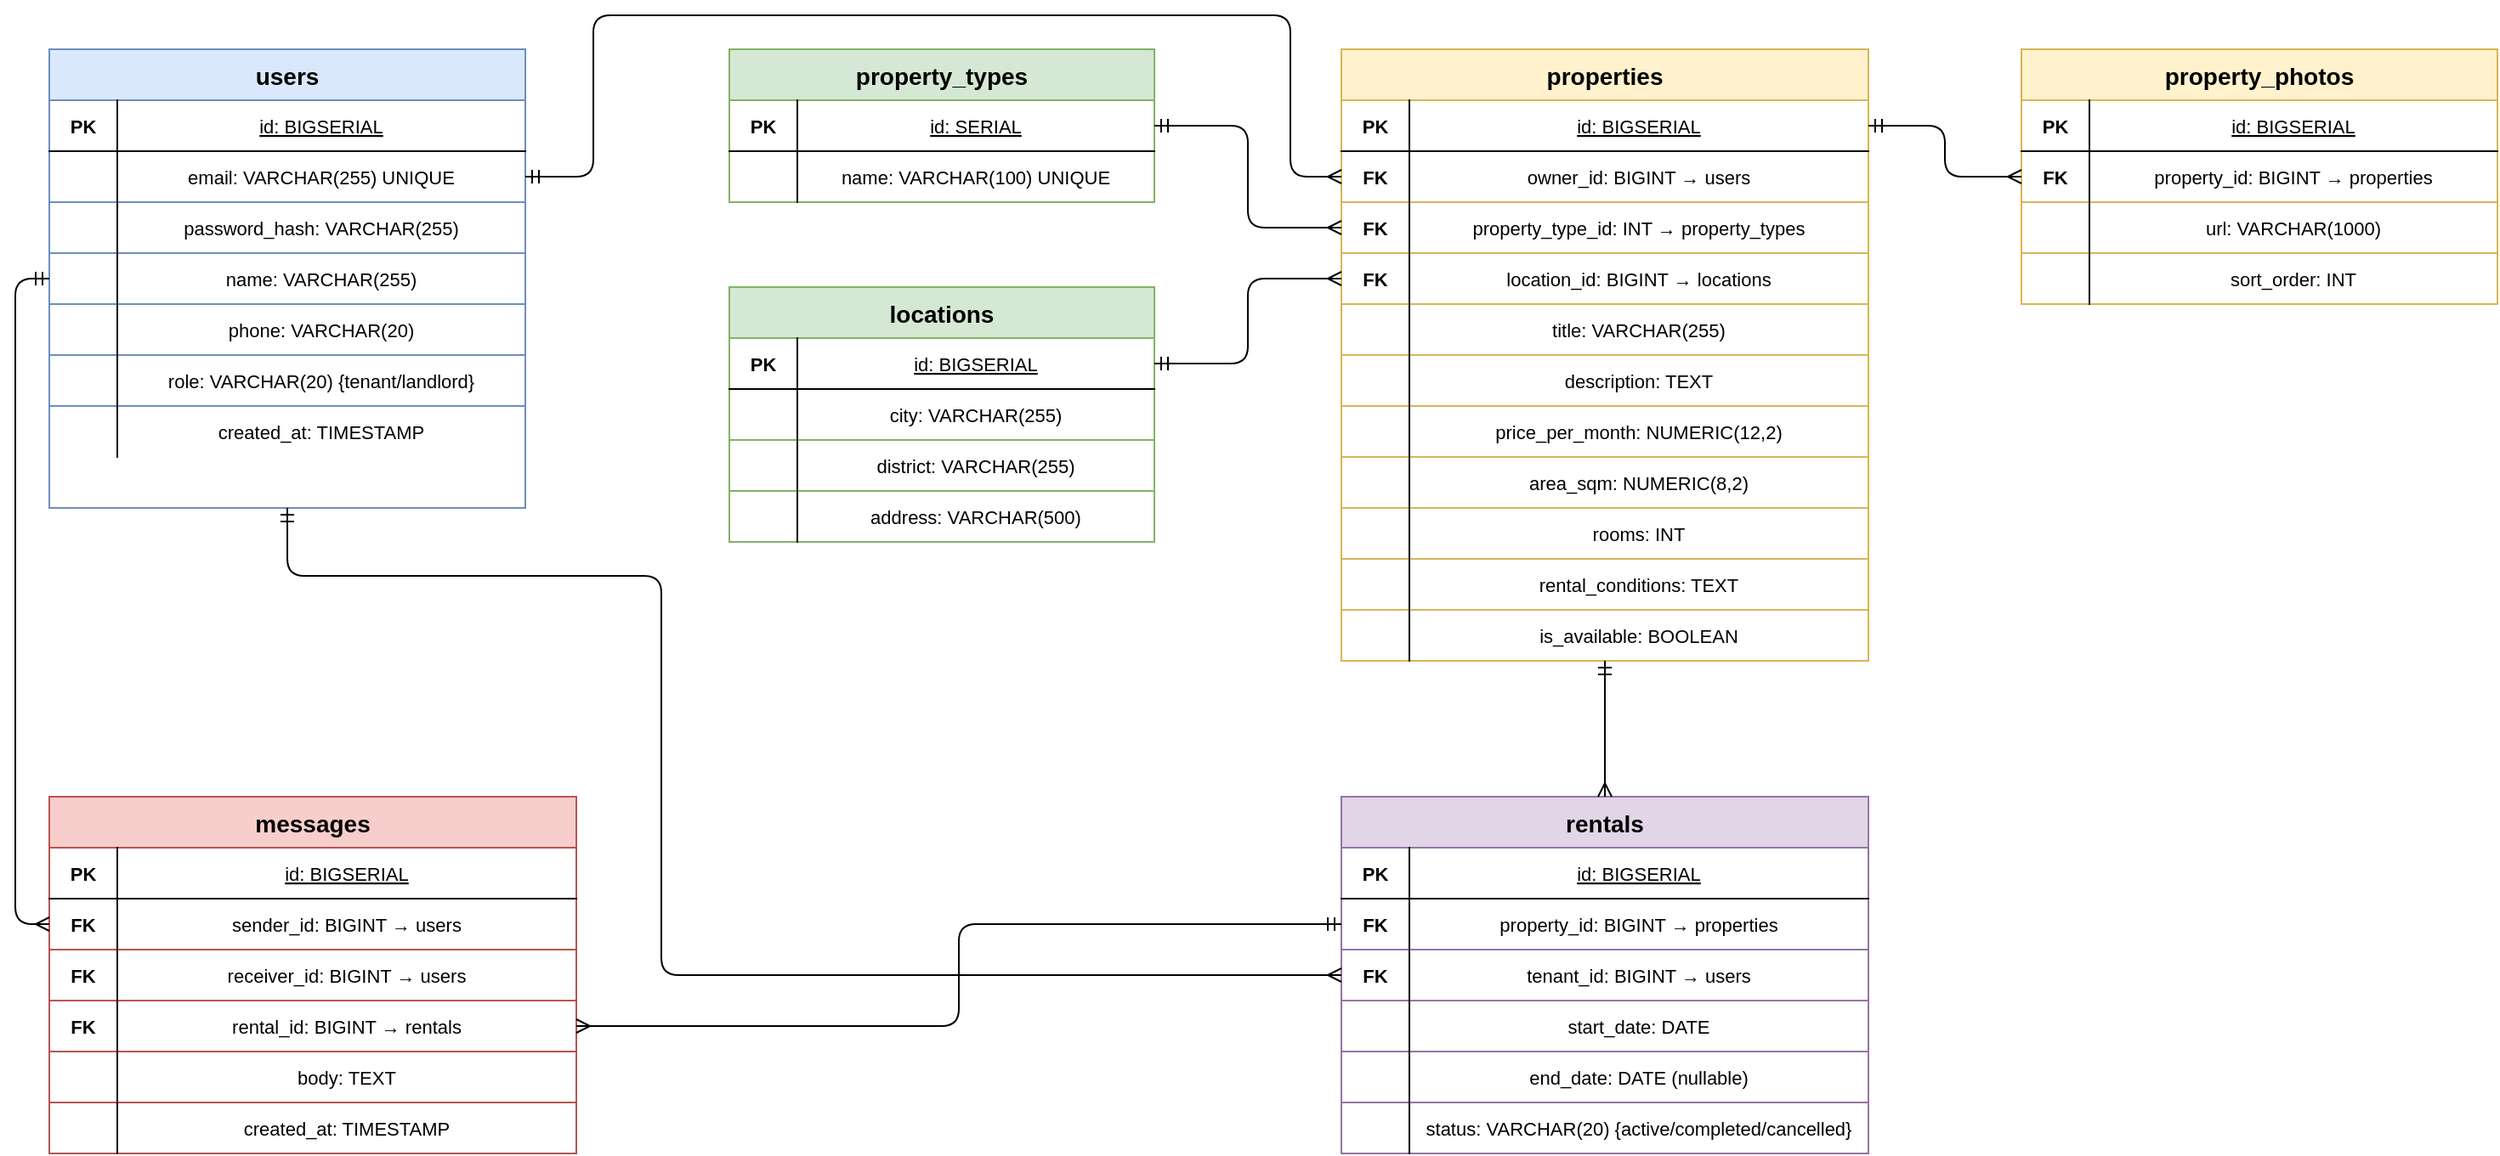
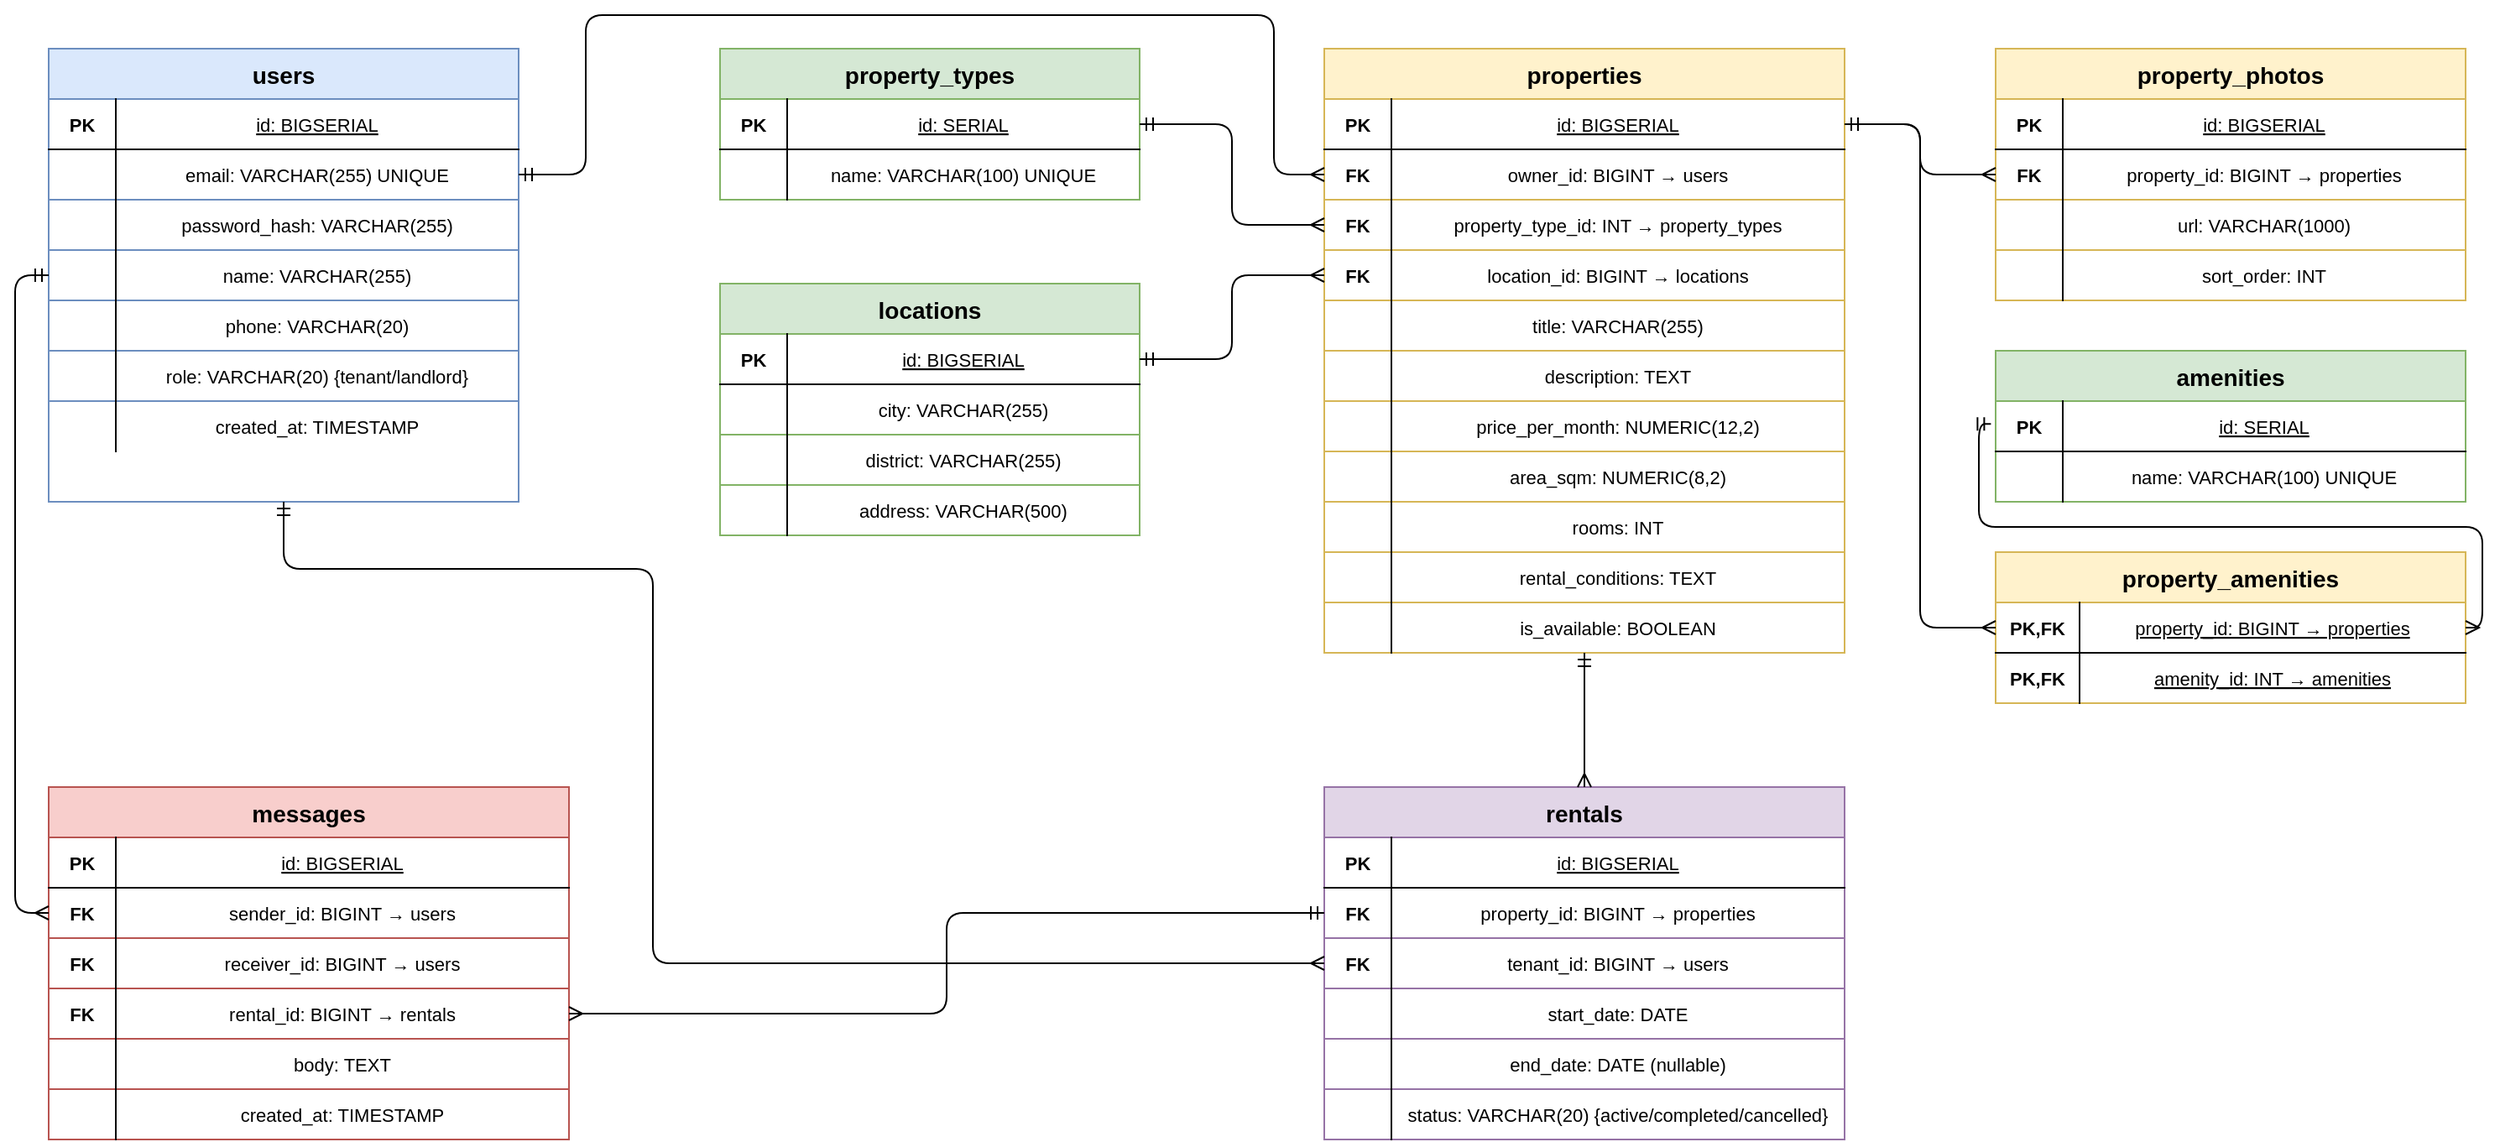
- <mxfile host="app.diagrams.net" agent="Mozilla/5.0 (Macintosh; Intel Mac OS X 10_15_7) AppleWebKit/537.36 (KHTML, like Gecko) Chrome/146.0.0.0 Safari/537.36" version="29.6.6">
+ <mxfile host="app.diagrams.net" agent="Mozilla/5.0 (Macintosh; Intel Mac OS X 10_15_7) AppleWebKit/537.36 (KHTML, like Gecko) Chrome/146.0.0.0 Safari/537.36">
  <diagram name="ERD" id="erd-rental-service">
-     <mxGraphModel dx="1200" dy="1171" grid="1" gridSize="10" guides="1" tooltips="1" connect="1" arrows="1" fold="1" page="1" pageScale="1" pageWidth="1600" pageHeight="1200" math="0" shadow="0">
+     <mxGraphModel dx="1280" dy="1268" grid="1" gridSize="10" guides="1" tooltips="1" connect="1" arrows="1" fold="1" page="1" pageScale="1" pageWidth="1600" pageHeight="1200" math="0" shadow="0">
      <root>
        <mxCell id="0" />
        <mxCell id="1" parent="0" />
        <mxCell id="users" parent="1" style="shape=table;startSize=30;container=1;collapsible=0;childLayout=tableLayout;fixedRows=1;rowLines=1;fontStyle=1;align=center;resizeLast=1;fontSize=14;fillColor=#dae8fc;strokeColor=#6c8ebf;" value="users" vertex="1">
          <mxGeometry height="270" width="280" x="40" y="80" as="geometry" />
        </mxCell>
        <mxCell id="users_r1" parent="users" style="shape=tableRow;horizontal=0;startSize=0;swimlaneHead=0;swimlaneBody=0;fillColor=none;collapsible=0;dropTarget=0;points=[[0,0.5],[1,0.5]];portConstraint=eastwest;fontSize=12;top=0;left=0;right=0;bottom=1;" value="" vertex="1">
          <mxGeometry height="30" width="280" y="30" as="geometry" />
        </mxCell>
        <mxCell id="users_r1c1" parent="users_r1" style="shape=partialRectangle;connectable=0;fillColor=none;top=0;left=0;bottom=0;right=1;fontStyle=1;overflow=hidden;fontSize=11;" value="PK" vertex="1">
          <mxGeometry height="30" width="40" as="geometry" />
        </mxCell>
        <mxCell id="users_r1c2" parent="users_r1" style="shape=partialRectangle;connectable=0;fillColor=none;top=0;left=0;bottom=0;right=0;overflow=hidden;fontSize=11;fontStyle=4;" value="id: BIGSERIAL" vertex="1">
          <mxGeometry height="30" width="240" x="40" as="geometry" />
        </mxCell>
        <mxCell id="users_r2" parent="users" style="shape=tableRow;horizontal=0;startSize=0;swimlaneHead=0;swimlaneBody=0;fillColor=none;collapsible=0;dropTarget=0;points=[[0,0.5],[1,0.5]];portConstraint=eastwest;fontSize=12;top=0;left=0;right=0;bottom=0;" value="" vertex="1">
          <mxGeometry height="30" width="280" y="60" as="geometry" />
        </mxCell>
        <mxCell id="users_r2c1" parent="users_r2" style="shape=partialRectangle;connectable=0;fillColor=none;top=0;left=0;bottom=0;right=1;overflow=hidden;fontSize=11;" value="" vertex="1">
          <mxGeometry height="30" width="40" as="geometry" />
        </mxCell>
        <mxCell id="users_r2c2" parent="users_r2" style="shape=partialRectangle;connectable=0;fillColor=none;top=0;left=0;bottom=0;right=0;overflow=hidden;fontSize=11;" value="email: VARCHAR(255) UNIQUE" vertex="1">
          <mxGeometry height="30" width="240" x="40" as="geometry" />
        </mxCell>
        <mxCell id="users_r3" parent="users" style="shape=tableRow;horizontal=0;startSize=0;swimlaneHead=0;swimlaneBody=0;fillColor=none;collapsible=0;dropTarget=0;points=[[0,0.5],[1,0.5]];portConstraint=eastwest;fontSize=12;top=0;left=0;right=0;bottom=0;" value="" vertex="1">
          <mxGeometry height="30" width="280" y="90" as="geometry" />
        </mxCell>
        <mxCell id="users_r3c1" parent="users_r3" style="shape=partialRectangle;connectable=0;fillColor=none;top=0;left=0;bottom=0;right=1;overflow=hidden;fontSize=11;" value="" vertex="1">
          <mxGeometry height="30" width="40" as="geometry" />
        </mxCell>
        <mxCell id="users_r3c2" parent="users_r3" style="shape=partialRectangle;connectable=0;fillColor=none;top=0;left=0;bottom=0;right=0;overflow=hidden;fontSize=11;" value="password_hash: VARCHAR(255)" vertex="1">
          <mxGeometry height="30" width="240" x="40" as="geometry" />
        </mxCell>
        <mxCell id="users_r4" parent="users" style="shape=tableRow;horizontal=0;startSize=0;swimlaneHead=0;swimlaneBody=0;fillColor=none;collapsible=0;dropTarget=0;points=[[0,0.5],[1,0.5]];portConstraint=eastwest;fontSize=12;top=0;left=0;right=0;bottom=0;" value="" vertex="1">
          <mxGeometry height="30" width="280" y="120" as="geometry" />
        </mxCell>
        <mxCell id="users_r4c1" parent="users_r4" style="shape=partialRectangle;connectable=0;fillColor=none;top=0;left=0;bottom=0;right=1;overflow=hidden;fontSize=11;" value="" vertex="1">
          <mxGeometry height="30" width="40" as="geometry" />
        </mxCell>
        <mxCell id="users_r4c2" parent="users_r4" style="shape=partialRectangle;connectable=0;fillColor=none;top=0;left=0;bottom=0;right=0;overflow=hidden;fontSize=11;" value="name: VARCHAR(255)" vertex="1">
          <mxGeometry height="30" width="240" x="40" as="geometry" />
        </mxCell>
        <mxCell id="users_r5" parent="users" style="shape=tableRow;horizontal=0;startSize=0;swimlaneHead=0;swimlaneBody=0;fillColor=none;collapsible=0;dropTarget=0;points=[[0,0.5],[1,0.5]];portConstraint=eastwest;fontSize=12;top=0;left=0;right=0;bottom=0;" value="" vertex="1">
          <mxGeometry height="30" width="280" y="150" as="geometry" />
        </mxCell>
        <mxCell id="users_r5c1" parent="users_r5" style="shape=partialRectangle;connectable=0;fillColor=none;top=0;left=0;bottom=0;right=1;overflow=hidden;fontSize=11;" value="" vertex="1">
          <mxGeometry height="30" width="40" as="geometry" />
        </mxCell>
        <mxCell id="users_r5c2" parent="users_r5" style="shape=partialRectangle;connectable=0;fillColor=none;top=0;left=0;bottom=0;right=0;overflow=hidden;fontSize=11;" value="phone: VARCHAR(20)" vertex="1">
          <mxGeometry height="30" width="240" x="40" as="geometry" />
        </mxCell>
        <mxCell id="users_r6" parent="users" style="shape=tableRow;horizontal=0;startSize=0;swimlaneHead=0;swimlaneBody=0;fillColor=none;collapsible=0;dropTarget=0;points=[[0,0.5],[1,0.5]];portConstraint=eastwest;fontSize=12;top=0;left=0;right=0;bottom=0;" value="" vertex="1">
          <mxGeometry height="30" width="280" y="180" as="geometry" />
        </mxCell>
        <mxCell id="users_r6c1" parent="users_r6" style="shape=partialRectangle;connectable=0;fillColor=none;top=0;left=0;bottom=0;right=1;overflow=hidden;fontSize=11;" value="" vertex="1">
          <mxGeometry height="30" width="40" as="geometry" />
        </mxCell>
        <mxCell id="users_r6c2" parent="users_r6" style="shape=partialRectangle;connectable=0;fillColor=none;top=0;left=0;bottom=0;right=0;overflow=hidden;fontSize=11;" value="role: VARCHAR(20) {tenant/landlord}" vertex="1">
          <mxGeometry height="30" width="240" x="40" as="geometry" />
        </mxCell>
        <mxCell id="users_r7" parent="users" style="shape=tableRow;horizontal=0;startSize=0;swimlaneHead=0;swimlaneBody=0;fillColor=none;collapsible=0;dropTarget=0;points=[[0,0.5],[1,0.5]];portConstraint=eastwest;fontSize=12;top=0;left=0;right=0;bottom=0;" value="" vertex="1">
          <mxGeometry height="30" width="280" y="210" as="geometry" />
        </mxCell>
        <mxCell id="users_r7c1" parent="users_r7" style="shape=partialRectangle;connectable=0;fillColor=none;top=0;left=0;bottom=0;right=1;overflow=hidden;fontSize=11;" value="" vertex="1">
          <mxGeometry height="30" width="40" as="geometry" />
        </mxCell>
        <mxCell id="users_r7c2" parent="users_r7" style="shape=partialRectangle;connectable=0;fillColor=none;top=0;left=0;bottom=0;right=0;overflow=hidden;fontSize=11;" value="created_at: TIMESTAMP" vertex="1">
          <mxGeometry height="30" width="240" x="40" as="geometry" />
        </mxCell>
        <mxCell id="ptypes" parent="1" style="shape=table;startSize=30;container=1;collapsible=0;childLayout=tableLayout;fixedRows=1;rowLines=1;fontStyle=1;align=center;resizeLast=1;fontSize=14;fillColor=#d5e8d4;strokeColor=#82b366;" value="property_types" vertex="1">
          <mxGeometry height="90" width="250" x="440" y="80" as="geometry" />
        </mxCell>
        <mxCell id="ptypes_r1" parent="ptypes" style="shape=tableRow;horizontal=0;startSize=0;swimlaneHead=0;swimlaneBody=0;fillColor=none;collapsible=0;dropTarget=0;points=[[0,0.5],[1,0.5]];portConstraint=eastwest;fontSize=12;top=0;left=0;right=0;bottom=1;" value="" vertex="1">
          <mxGeometry height="30" width="250" y="30" as="geometry" />
        </mxCell>
        <mxCell id="ptypes_r1c1" parent="ptypes_r1" style="shape=partialRectangle;connectable=0;fillColor=none;top=0;left=0;bottom=0;right=1;fontStyle=1;overflow=hidden;fontSize=11;" value="PK" vertex="1">
          <mxGeometry height="30" width="40" as="geometry" />
        </mxCell>
        <mxCell id="ptypes_r1c2" parent="ptypes_r1" style="shape=partialRectangle;connectable=0;fillColor=none;top=0;left=0;bottom=0;right=0;overflow=hidden;fontSize=11;fontStyle=4;" value="id: SERIAL" vertex="1">
          <mxGeometry height="30" width="210" x="40" as="geometry" />
        </mxCell>
        <mxCell id="ptypes_r2" parent="ptypes" style="shape=tableRow;horizontal=0;startSize=0;swimlaneHead=0;swimlaneBody=0;fillColor=none;collapsible=0;dropTarget=0;points=[[0,0.5],[1,0.5]];portConstraint=eastwest;fontSize=12;top=0;left=0;right=0;bottom=0;" value="" vertex="1">
          <mxGeometry height="30" width="250" y="60" as="geometry" />
        </mxCell>
        <mxCell id="ptypes_r2c1" parent="ptypes_r2" style="shape=partialRectangle;connectable=0;fillColor=none;top=0;left=0;bottom=0;right=1;overflow=hidden;fontSize=11;" value="" vertex="1">
          <mxGeometry height="30" width="40" as="geometry" />
        </mxCell>
        <mxCell id="ptypes_r2c2" parent="ptypes_r2" style="shape=partialRectangle;connectable=0;fillColor=none;top=0;left=0;bottom=0;right=0;overflow=hidden;fontSize=11;" value="name: VARCHAR(100) UNIQUE" vertex="1">
          <mxGeometry height="30" width="210" x="40" as="geometry" />
        </mxCell>
        <mxCell id="locations" parent="1" style="shape=table;startSize=30;container=1;collapsible=0;childLayout=tableLayout;fixedRows=1;rowLines=1;fontStyle=1;align=center;resizeLast=1;fontSize=14;fillColor=#d5e8d4;strokeColor=#82b366;" value="locations" vertex="1">
          <mxGeometry height="150" width="250" x="440" y="220" as="geometry" />
        </mxCell>
        <mxCell id="loc_r1" parent="locations" style="shape=tableRow;horizontal=0;startSize=0;swimlaneHead=0;swimlaneBody=0;fillColor=none;collapsible=0;dropTarget=0;points=[[0,0.5],[1,0.5]];portConstraint=eastwest;fontSize=12;top=0;left=0;right=0;bottom=1;" value="" vertex="1">
          <mxGeometry height="30" width="250" y="30" as="geometry" />
        </mxCell>
        <mxCell id="loc_r1c1" parent="loc_r1" style="shape=partialRectangle;connectable=0;fillColor=none;top=0;left=0;bottom=0;right=1;fontStyle=1;overflow=hidden;fontSize=11;" value="PK" vertex="1">
          <mxGeometry height="30" width="40" as="geometry" />
        </mxCell>
        <mxCell id="loc_r1c2" parent="loc_r1" style="shape=partialRectangle;connectable=0;fillColor=none;top=0;left=0;bottom=0;right=0;overflow=hidden;fontSize=11;fontStyle=4;" value="id: BIGSERIAL" vertex="1">
          <mxGeometry height="30" width="210" x="40" as="geometry" />
        </mxCell>
        <mxCell id="loc_r2" parent="locations" style="shape=tableRow;horizontal=0;startSize=0;swimlaneHead=0;swimlaneBody=0;fillColor=none;collapsible=0;dropTarget=0;points=[[0,0.5],[1,0.5]];portConstraint=eastwest;fontSize=12;top=0;left=0;right=0;bottom=0;" value="" vertex="1">
          <mxGeometry height="30" width="250" y="60" as="geometry" />
        </mxCell>
        <mxCell id="loc_r2c1" parent="loc_r2" style="shape=partialRectangle;connectable=0;fillColor=none;top=0;left=0;bottom=0;right=1;overflow=hidden;fontSize=11;" value="" vertex="1">
          <mxGeometry height="30" width="40" as="geometry" />
        </mxCell>
        <mxCell id="loc_r2c2" parent="loc_r2" style="shape=partialRectangle;connectable=0;fillColor=none;top=0;left=0;bottom=0;right=0;overflow=hidden;fontSize=11;" value="city: VARCHAR(255)" vertex="1">
          <mxGeometry height="30" width="210" x="40" as="geometry" />
        </mxCell>
        <mxCell id="loc_r3" parent="locations" style="shape=tableRow;horizontal=0;startSize=0;swimlaneHead=0;swimlaneBody=0;fillColor=none;collapsible=0;dropTarget=0;points=[[0,0.5],[1,0.5]];portConstraint=eastwest;fontSize=12;top=0;left=0;right=0;bottom=0;" value="" vertex="1">
          <mxGeometry height="30" width="250" y="90" as="geometry" />
        </mxCell>
        <mxCell id="loc_r3c1" parent="loc_r3" style="shape=partialRectangle;connectable=0;fillColor=none;top=0;left=0;bottom=0;right=1;overflow=hidden;fontSize=11;" value="" vertex="1">
          <mxGeometry height="30" width="40" as="geometry" />
        </mxCell>
        <mxCell id="loc_r3c2" parent="loc_r3" style="shape=partialRectangle;connectable=0;fillColor=none;top=0;left=0;bottom=0;right=0;overflow=hidden;fontSize=11;" value="district: VARCHAR(255)" vertex="1">
          <mxGeometry height="30" width="210" x="40" as="geometry" />
        </mxCell>
        <mxCell id="loc_r4" parent="locations" style="shape=tableRow;horizontal=0;startSize=0;swimlaneHead=0;swimlaneBody=0;fillColor=none;collapsible=0;dropTarget=0;points=[[0,0.5],[1,0.5]];portConstraint=eastwest;fontSize=12;top=0;left=0;right=0;bottom=0;" value="" vertex="1">
          <mxGeometry height="30" width="250" y="120" as="geometry" />
        </mxCell>
        <mxCell id="loc_r4c1" parent="loc_r4" style="shape=partialRectangle;connectable=0;fillColor=none;top=0;left=0;bottom=0;right=1;overflow=hidden;fontSize=11;" value="" vertex="1">
          <mxGeometry height="30" width="40" as="geometry" />
        </mxCell>
        <mxCell id="loc_r4c2" parent="loc_r4" style="shape=partialRectangle;connectable=0;fillColor=none;top=0;left=0;bottom=0;right=0;overflow=hidden;fontSize=11;" value="address: VARCHAR(500)" vertex="1">
          <mxGeometry height="30" width="210" x="40" as="geometry" />
        </mxCell>
        <mxCell id="props" parent="1" style="shape=table;startSize=30;container=1;collapsible=0;childLayout=tableLayout;fixedRows=1;rowLines=1;fontStyle=1;align=center;resizeLast=1;fontSize=14;fillColor=#fff2cc;strokeColor=#d6b656;" value="properties" vertex="1">
          <mxGeometry height="360" width="310" x="800" y="80" as="geometry" />
        </mxCell>
        <mxCell id="props_r1" parent="props" style="shape=tableRow;horizontal=0;startSize=0;swimlaneHead=0;swimlaneBody=0;fillColor=none;collapsible=0;dropTarget=0;points=[[0,0.5],[1,0.5]];portConstraint=eastwest;fontSize=12;top=0;left=0;right=0;bottom=1;" value="" vertex="1">
          <mxGeometry height="30" width="310" y="30" as="geometry" />
        </mxCell>
        <mxCell id="props_r1c1" parent="props_r1" style="shape=partialRectangle;connectable=0;fillColor=none;top=0;left=0;bottom=0;right=1;fontStyle=1;overflow=hidden;fontSize=11;" value="PK" vertex="1">
          <mxGeometry height="30" width="40" as="geometry" />
        </mxCell>
        <mxCell id="props_r1c2" parent="props_r1" style="shape=partialRectangle;connectable=0;fillColor=none;top=0;left=0;bottom=0;right=0;overflow=hidden;fontSize=11;fontStyle=4;" value="id: BIGSERIAL" vertex="1">
          <mxGeometry height="30" width="270" x="40" as="geometry" />
        </mxCell>
        <mxCell id="props_r2" parent="props" style="shape=tableRow;horizontal=0;startSize=0;swimlaneHead=0;swimlaneBody=0;fillColor=none;collapsible=0;dropTarget=0;points=[[0,0.5],[1,0.5]];portConstraint=eastwest;fontSize=12;top=0;left=0;right=0;bottom=0;" value="" vertex="1">
          <mxGeometry height="30" width="310" y="60" as="geometry" />
        </mxCell>
        <mxCell id="props_r2c1" parent="props_r2" style="shape=partialRectangle;connectable=0;fillColor=none;top=0;left=0;bottom=0;right=1;fontStyle=1;overflow=hidden;fontSize=11;" value="FK" vertex="1">
          <mxGeometry height="30" width="40" as="geometry" />
        </mxCell>
        <mxCell id="props_r2c2" parent="props_r2" style="shape=partialRectangle;connectable=0;fillColor=none;top=0;left=0;bottom=0;right=0;overflow=hidden;fontSize=11;" value="owner_id: BIGINT → users" vertex="1">
          <mxGeometry height="30" width="270" x="40" as="geometry" />
        </mxCell>
        <mxCell id="props_r3" parent="props" style="shape=tableRow;horizontal=0;startSize=0;swimlaneHead=0;swimlaneBody=0;fillColor=none;collapsible=0;dropTarget=0;points=[[0,0.5],[1,0.5]];portConstraint=eastwest;fontSize=12;top=0;left=0;right=0;bottom=0;" value="" vertex="1">
          <mxGeometry height="30" width="310" y="90" as="geometry" />
        </mxCell>
        <mxCell id="props_r3c1" parent="props_r3" style="shape=partialRectangle;connectable=0;fillColor=none;top=0;left=0;bottom=0;right=1;fontStyle=1;overflow=hidden;fontSize=11;" value="FK" vertex="1">
          <mxGeometry height="30" width="40" as="geometry" />
        </mxCell>
        <mxCell id="props_r3c2" parent="props_r3" style="shape=partialRectangle;connectable=0;fillColor=none;top=0;left=0;bottom=0;right=0;overflow=hidden;fontSize=11;" value="property_type_id: INT → property_types" vertex="1">
          <mxGeometry height="30" width="270" x="40" as="geometry" />
        </mxCell>
        <mxCell id="props_r4" parent="props" style="shape=tableRow;horizontal=0;startSize=0;swimlaneHead=0;swimlaneBody=0;fillColor=none;collapsible=0;dropTarget=0;points=[[0,0.5],[1,0.5]];portConstraint=eastwest;fontSize=12;top=0;left=0;right=0;bottom=0;" value="" vertex="1">
          <mxGeometry height="30" width="310" y="120" as="geometry" />
        </mxCell>
        <mxCell id="props_r4c1" parent="props_r4" style="shape=partialRectangle;connectable=0;fillColor=none;top=0;left=0;bottom=0;right=1;fontStyle=1;overflow=hidden;fontSize=11;" value="FK" vertex="1">
          <mxGeometry height="30" width="40" as="geometry" />
        </mxCell>
        <mxCell id="props_r4c2" parent="props_r4" style="shape=partialRectangle;connectable=0;fillColor=none;top=0;left=0;bottom=0;right=0;overflow=hidden;fontSize=11;" value="location_id: BIGINT → locations" vertex="1">
          <mxGeometry height="30" width="270" x="40" as="geometry" />
        </mxCell>
        <mxCell id="props_r5" parent="props" style="shape=tableRow;horizontal=0;startSize=0;swimlaneHead=0;swimlaneBody=0;fillColor=none;collapsible=0;dropTarget=0;points=[[0,0.5],[1,0.5]];portConstraint=eastwest;fontSize=12;top=0;left=0;right=0;bottom=0;" value="" vertex="1">
          <mxGeometry height="30" width="310" y="150" as="geometry" />
        </mxCell>
        <mxCell id="props_r5c1" parent="props_r5" style="shape=partialRectangle;connectable=0;fillColor=none;top=0;left=0;bottom=0;right=1;overflow=hidden;fontSize=11;" value="" vertex="1">
          <mxGeometry height="30" width="40" as="geometry" />
        </mxCell>
        <mxCell id="props_r5c2" parent="props_r5" style="shape=partialRectangle;connectable=0;fillColor=none;top=0;left=0;bottom=0;right=0;overflow=hidden;fontSize=11;" value="title: VARCHAR(255)" vertex="1">
          <mxGeometry height="30" width="270" x="40" as="geometry" />
        </mxCell>
        <mxCell id="props_r6" parent="props" style="shape=tableRow;horizontal=0;startSize=0;swimlaneHead=0;swimlaneBody=0;fillColor=none;collapsible=0;dropTarget=0;points=[[0,0.5],[1,0.5]];portConstraint=eastwest;fontSize=12;top=0;left=0;right=0;bottom=0;" value="" vertex="1">
          <mxGeometry height="30" width="310" y="180" as="geometry" />
        </mxCell>
        <mxCell id="props_r6c1" parent="props_r6" style="shape=partialRectangle;connectable=0;fillColor=none;top=0;left=0;bottom=0;right=1;overflow=hidden;fontSize=11;" value="" vertex="1">
          <mxGeometry height="30" width="40" as="geometry" />
        </mxCell>
        <mxCell id="props_r6c2" parent="props_r6" style="shape=partialRectangle;connectable=0;fillColor=none;top=0;left=0;bottom=0;right=0;overflow=hidden;fontSize=11;" value="description: TEXT" vertex="1">
          <mxGeometry height="30" width="270" x="40" as="geometry" />
        </mxCell>
        <mxCell id="props_r7" parent="props" style="shape=tableRow;horizontal=0;startSize=0;swimlaneHead=0;swimlaneBody=0;fillColor=none;collapsible=0;dropTarget=0;points=[[0,0.5],[1,0.5]];portConstraint=eastwest;fontSize=12;top=0;left=0;right=0;bottom=0;" value="" vertex="1">
          <mxGeometry height="30" width="310" y="210" as="geometry" />
        </mxCell>
        <mxCell id="props_r7c1" parent="props_r7" style="shape=partialRectangle;connectable=0;fillColor=none;top=0;left=0;bottom=0;right=1;overflow=hidden;fontSize=11;" value="" vertex="1">
          <mxGeometry height="30" width="40" as="geometry" />
        </mxCell>
        <mxCell id="props_r7c2" parent="props_r7" style="shape=partialRectangle;connectable=0;fillColor=none;top=0;left=0;bottom=0;right=0;overflow=hidden;fontSize=11;" value="price_per_month: NUMERIC(12,2)" vertex="1">
          <mxGeometry height="30" width="270" x="40" as="geometry" />
        </mxCell>
        <mxCell id="props_r8" parent="props" style="shape=tableRow;horizontal=0;startSize=0;swimlaneHead=0;swimlaneBody=0;fillColor=none;collapsible=0;dropTarget=0;points=[[0,0.5],[1,0.5]];portConstraint=eastwest;fontSize=12;top=0;left=0;right=0;bottom=0;" value="" vertex="1">
          <mxGeometry height="30" width="310" y="240" as="geometry" />
        </mxCell>
        <mxCell id="props_r8c1" parent="props_r8" style="shape=partialRectangle;connectable=0;fillColor=none;top=0;left=0;bottom=0;right=1;overflow=hidden;fontSize=11;" value="" vertex="1">
          <mxGeometry height="30" width="40" as="geometry" />
        </mxCell>
        <mxCell id="props_r8c2" parent="props_r8" style="shape=partialRectangle;connectable=0;fillColor=none;top=0;left=0;bottom=0;right=0;overflow=hidden;fontSize=11;" value="area_sqm: NUMERIC(8,2)" vertex="1">
          <mxGeometry height="30" width="270" x="40" as="geometry" />
        </mxCell>
        <mxCell id="props_r9" parent="props" style="shape=tableRow;horizontal=0;startSize=0;swimlaneHead=0;swimlaneBody=0;fillColor=none;collapsible=0;dropTarget=0;points=[[0,0.5],[1,0.5]];portConstraint=eastwest;fontSize=12;top=0;left=0;right=0;bottom=0;" value="" vertex="1">
          <mxGeometry height="30" width="310" y="270" as="geometry" />
        </mxCell>
        <mxCell id="props_r9c1" parent="props_r9" style="shape=partialRectangle;connectable=0;fillColor=none;top=0;left=0;bottom=0;right=1;overflow=hidden;fontSize=11;" value="" vertex="1">
          <mxGeometry height="30" width="40" as="geometry" />
        </mxCell>
        <mxCell id="props_r9c2" parent="props_r9" style="shape=partialRectangle;connectable=0;fillColor=none;top=0;left=0;bottom=0;right=0;overflow=hidden;fontSize=11;" value="rooms: INT" vertex="1">
          <mxGeometry height="30" width="270" x="40" as="geometry" />
        </mxCell>
        <mxCell id="props_r10" parent="props" style="shape=tableRow;horizontal=0;startSize=0;swimlaneHead=0;swimlaneBody=0;fillColor=none;collapsible=0;dropTarget=0;points=[[0,0.5],[1,0.5]];portConstraint=eastwest;fontSize=12;top=0;left=0;right=0;bottom=0;" value="" vertex="1">
          <mxGeometry height="30" width="310" y="300" as="geometry" />
        </mxCell>
        <mxCell id="props_r10c1" parent="props_r10" style="shape=partialRectangle;connectable=0;fillColor=none;top=0;left=0;bottom=0;right=1;overflow=hidden;fontSize=11;" value="" vertex="1">
          <mxGeometry height="30" width="40" as="geometry" />
        </mxCell>
        <mxCell id="props_r10c2" parent="props_r10" style="shape=partialRectangle;connectable=0;fillColor=none;top=0;left=0;bottom=0;right=0;overflow=hidden;fontSize=11;" value="rental_conditions: TEXT" vertex="1">
          <mxGeometry height="30" width="270" x="40" as="geometry" />
        </mxCell>
        <mxCell id="props_r11" parent="props" style="shape=tableRow;horizontal=0;startSize=0;swimlaneHead=0;swimlaneBody=0;fillColor=none;collapsible=0;dropTarget=0;points=[[0,0.5],[1,0.5]];portConstraint=eastwest;fontSize=12;top=0;left=0;right=0;bottom=0;" value="" vertex="1">
          <mxGeometry height="30" width="310" y="330" as="geometry" />
        </mxCell>
        <mxCell id="props_r11c1" parent="props_r11" style="shape=partialRectangle;connectable=0;fillColor=none;top=0;left=0;bottom=0;right=1;overflow=hidden;fontSize=11;" value="" vertex="1">
          <mxGeometry height="30" width="40" as="geometry" />
        </mxCell>
        <mxCell id="props_r11c2" parent="props_r11" style="shape=partialRectangle;connectable=0;fillColor=none;top=0;left=0;bottom=0;right=0;overflow=hidden;fontSize=11;" value="is_available: BOOLEAN" vertex="1">
          <mxGeometry height="30" width="270" x="40" as="geometry" />
        </mxCell>
        <mxCell id="photos" parent="1" style="shape=table;startSize=30;container=1;collapsible=0;childLayout=tableLayout;fixedRows=1;rowLines=1;fontStyle=1;align=center;resizeLast=1;fontSize=14;fillColor=#fff2cc;strokeColor=#d6b656;" value="property_photos" vertex="1">
          <mxGeometry height="150" width="280" x="1200" y="80" as="geometry" />
        </mxCell>
        <mxCell id="photos_r1" parent="photos" style="shape=tableRow;horizontal=0;startSize=0;swimlaneHead=0;swimlaneBody=0;fillColor=none;collapsible=0;dropTarget=0;points=[[0,0.5],[1,0.5]];portConstraint=eastwest;fontSize=12;top=0;left=0;right=0;bottom=1;" value="" vertex="1">
          <mxGeometry height="30" width="280" y="30" as="geometry" />
        </mxCell>
        <mxCell id="photos_r1c1" parent="photos_r1" style="shape=partialRectangle;connectable=0;fillColor=none;top=0;left=0;bottom=0;right=1;fontStyle=1;overflow=hidden;fontSize=11;" value="PK" vertex="1">
          <mxGeometry height="30" width="40" as="geometry" />
        </mxCell>
        <mxCell id="photos_r1c2" parent="photos_r1" style="shape=partialRectangle;connectable=0;fillColor=none;top=0;left=0;bottom=0;right=0;overflow=hidden;fontSize=11;fontStyle=4;" value="id: BIGSERIAL" vertex="1">
          <mxGeometry height="30" width="240" x="40" as="geometry" />
        </mxCell>
        <mxCell id="photos_r2" parent="photos" style="shape=tableRow;horizontal=0;startSize=0;swimlaneHead=0;swimlaneBody=0;fillColor=none;collapsible=0;dropTarget=0;points=[[0,0.5],[1,0.5]];portConstraint=eastwest;fontSize=12;top=0;left=0;right=0;bottom=0;" value="" vertex="1">
          <mxGeometry height="30" width="280" y="60" as="geometry" />
        </mxCell>
        <mxCell id="photos_r2c1" parent="photos_r2" style="shape=partialRectangle;connectable=0;fillColor=none;top=0;left=0;bottom=0;right=1;fontStyle=1;overflow=hidden;fontSize=11;" value="FK" vertex="1">
          <mxGeometry height="30" width="40" as="geometry" />
        </mxCell>
        <mxCell id="photos_r2c2" parent="photos_r2" style="shape=partialRectangle;connectable=0;fillColor=none;top=0;left=0;bottom=0;right=0;overflow=hidden;fontSize=11;" value="property_id: BIGINT → properties" vertex="1">
          <mxGeometry height="30" width="240" x="40" as="geometry" />
        </mxCell>
        <mxCell id="photos_r3" parent="photos" style="shape=tableRow;horizontal=0;startSize=0;swimlaneHead=0;swimlaneBody=0;fillColor=none;collapsible=0;dropTarget=0;points=[[0,0.5],[1,0.5]];portConstraint=eastwest;fontSize=12;top=0;left=0;right=0;bottom=0;" value="" vertex="1">
          <mxGeometry height="30" width="280" y="90" as="geometry" />
        </mxCell>
        <mxCell id="photos_r3c1" parent="photos_r3" style="shape=partialRectangle;connectable=0;fillColor=none;top=0;left=0;bottom=0;right=1;overflow=hidden;fontSize=11;" value="" vertex="1">
          <mxGeometry height="30" width="40" as="geometry" />
        </mxCell>
        <mxCell id="photos_r3c2" parent="photos_r3" style="shape=partialRectangle;connectable=0;fillColor=none;top=0;left=0;bottom=0;right=0;overflow=hidden;fontSize=11;" value="url: VARCHAR(1000)" vertex="1">
          <mxGeometry height="30" width="240" x="40" as="geometry" />
        </mxCell>
        <mxCell id="photos_r4" parent="photos" style="shape=tableRow;horizontal=0;startSize=0;swimlaneHead=0;swimlaneBody=0;fillColor=none;collapsible=0;dropTarget=0;points=[[0,0.5],[1,0.5]];portConstraint=eastwest;fontSize=12;top=0;left=0;right=0;bottom=0;" value="" vertex="1">
          <mxGeometry height="30" width="280" y="120" as="geometry" />
        </mxCell>
        <mxCell id="photos_r4c1" parent="photos_r4" style="shape=partialRectangle;connectable=0;fillColor=none;top=0;left=0;bottom=0;right=1;overflow=hidden;fontSize=11;" value="" vertex="1">
          <mxGeometry height="30" width="40" as="geometry" />
        </mxCell>
        <mxCell id="photos_r4c2" parent="photos_r4" style="shape=partialRectangle;connectable=0;fillColor=none;top=0;left=0;bottom=0;right=0;overflow=hidden;fontSize=11;" value="sort_order: INT" vertex="1">
          <mxGeometry height="30" width="240" x="40" as="geometry" />
+         </mxCell>
+         <mxCell id="amen" parent="1" style="shape=table;startSize=30;container=1;collapsible=0;childLayout=tableLayout;fixedRows=1;rowLines=1;fontStyle=1;align=center;resizeLast=1;fontSize=14;fillColor=#d5e8d4;strokeColor=#82b366;" value="amenities" vertex="1">
+           <mxGeometry height="90" width="280" x="1200" y="260" as="geometry" />
+         </mxCell>
+         <mxCell id="amen_r1" parent="amen" style="shape=tableRow;horizontal=0;startSize=0;swimlaneHead=0;swimlaneBody=0;fillColor=none;collapsible=0;dropTarget=0;points=[[0,0.5],[1,0.5]];portConstraint=eastwest;fontSize=12;top=0;left=0;right=0;bottom=1;" value="" vertex="1">
+           <mxGeometry height="30" width="280" y="30" as="geometry" />
+         </mxCell>
+         <mxCell id="amen_r1c1" parent="amen_r1" style="shape=partialRectangle;connectable=0;fillColor=none;top=0;left=0;bottom=0;right=1;fontStyle=1;overflow=hidden;fontSize=11;" value="PK" vertex="1">
+           <mxGeometry height="30" width="40" as="geometry" />
+         </mxCell>
+         <mxCell id="amen_r1c2" parent="amen_r1" style="shape=partialRectangle;connectable=0;fillColor=none;top=0;left=0;bottom=0;right=0;overflow=hidden;fontSize=11;fontStyle=4;" value="id: SERIAL" vertex="1">
+           <mxGeometry height="30" width="240" x="40" as="geometry" />
+         </mxCell>
+         <mxCell id="amen_r2" parent="amen" style="shape=tableRow;horizontal=0;startSize=0;swimlaneHead=0;swimlaneBody=0;fillColor=none;collapsible=0;dropTarget=0;points=[[0,0.5],[1,0.5]];portConstraint=eastwest;fontSize=12;top=0;left=0;right=0;bottom=0;" value="" vertex="1">
+           <mxGeometry height="30" width="280" y="60" as="geometry" />
+         </mxCell>
+         <mxCell id="amen_r2c1" parent="amen_r2" style="shape=partialRectangle;connectable=0;fillColor=none;top=0;left=0;bottom=0;right=1;overflow=hidden;fontSize=11;" value="" vertex="1">
+           <mxGeometry height="30" width="40" as="geometry" />
+         </mxCell>
+         <mxCell id="amen_r2c2" parent="amen_r2" style="shape=partialRectangle;connectable=0;fillColor=none;top=0;left=0;bottom=0;right=0;overflow=hidden;fontSize=11;" value="name: VARCHAR(100) UNIQUE" vertex="1">
+           <mxGeometry height="30" width="240" x="40" as="geometry" />
+         </mxCell>
+         <mxCell id="pamen" parent="1" style="shape=table;startSize=30;container=1;collapsible=0;childLayout=tableLayout;fixedRows=1;rowLines=1;fontStyle=1;align=center;resizeLast=1;fontSize=14;fillColor=#fff2cc;strokeColor=#d6b656;" value="property_amenities" vertex="1">
+           <mxGeometry height="90" width="280" x="1200" y="380" as="geometry" />
+         </mxCell>
+         <mxCell id="pamen_r1" parent="pamen" style="shape=tableRow;horizontal=0;startSize=0;swimlaneHead=0;swimlaneBody=0;fillColor=none;collapsible=0;dropTarget=0;points=[[0,0.5],[1,0.5]];portConstraint=eastwest;fontSize=12;top=0;left=0;right=0;bottom=1;" value="" vertex="1">
+           <mxGeometry height="30" width="280" y="30" as="geometry" />
+         </mxCell>
+         <mxCell id="pamen_r1c1" parent="pamen_r1" style="shape=partialRectangle;connectable=0;fillColor=none;top=0;left=0;bottom=0;right=1;fontStyle=1;overflow=hidden;fontSize=11;" value="PK,FK" vertex="1">
+           <mxGeometry height="30" width="50" as="geometry" />
+         </mxCell>
+         <mxCell id="pamen_r1c2" parent="pamen_r1" style="shape=partialRectangle;connectable=0;fillColor=none;top=0;left=0;bottom=0;right=0;overflow=hidden;fontSize=11;fontStyle=4;" value="property_id: BIGINT → properties" vertex="1">
+           <mxGeometry height="30" width="230" x="50" as="geometry" />
+         </mxCell>
+         <mxCell id="pamen_r2" parent="pamen" style="shape=tableRow;horizontal=0;startSize=0;swimlaneHead=0;swimlaneBody=0;fillColor=none;collapsible=0;dropTarget=0;points=[[0,0.5],[1,0.5]];portConstraint=eastwest;fontSize=12;top=0;left=0;right=0;bottom=0;" value="" vertex="1">
+           <mxGeometry height="30" width="280" y="60" as="geometry" />
+         </mxCell>
+         <mxCell id="pamen_r2c1" parent="pamen_r2" style="shape=partialRectangle;connectable=0;fillColor=none;top=0;left=0;bottom=0;right=1;fontStyle=1;overflow=hidden;fontSize=11;" value="PK,FK" vertex="1">
+           <mxGeometry height="30" width="50" as="geometry" />
+         </mxCell>
+         <mxCell id="pamen_r2c2" parent="pamen_r2" style="shape=partialRectangle;connectable=0;fillColor=none;top=0;left=0;bottom=0;right=0;overflow=hidden;fontSize=11;fontStyle=4;" value="amenity_id: INT → amenities" vertex="1">
+           <mxGeometry height="30" width="230" x="50" as="geometry" />
        </mxCell>
        <mxCell id="rentals" parent="1" style="shape=table;startSize=30;container=1;collapsible=0;childLayout=tableLayout;fixedRows=1;rowLines=1;fontStyle=1;align=center;resizeLast=1;fontSize=14;fillColor=#e1d5e7;strokeColor=#9673a6;" value="rentals" vertex="1">
          <mxGeometry height="210" width="310" x="800" y="520" as="geometry" />
        </mxCell>
        <mxCell id="rent_r1" parent="rentals" style="shape=tableRow;horizontal=0;startSize=0;swimlaneHead=0;swimlaneBody=0;fillColor=none;collapsible=0;dropTarget=0;points=[[0,0.5],[1,0.5]];portConstraint=eastwest;fontSize=12;top=0;left=0;right=0;bottom=1;" value="" vertex="1">
          <mxGeometry height="30" width="310" y="30" as="geometry" />
        </mxCell>
        <mxCell id="rent_r1c1" parent="rent_r1" style="shape=partialRectangle;connectable=0;fillColor=none;top=0;left=0;bottom=0;right=1;fontStyle=1;overflow=hidden;fontSize=11;" value="PK" vertex="1">
          <mxGeometry height="30" width="40" as="geometry" />
        </mxCell>
        <mxCell id="rent_r1c2" parent="rent_r1" style="shape=partialRectangle;connectable=0;fillColor=none;top=0;left=0;bottom=0;right=0;overflow=hidden;fontSize=11;fontStyle=4;" value="id: BIGSERIAL" vertex="1">
          <mxGeometry height="30" width="270" x="40" as="geometry" />
        </mxCell>
        <mxCell id="rent_r2" parent="rentals" style="shape=tableRow;horizontal=0;startSize=0;swimlaneHead=0;swimlaneBody=0;fillColor=none;collapsible=0;dropTarget=0;points=[[0,0.5],[1,0.5]];portConstraint=eastwest;fontSize=12;top=0;left=0;right=0;bottom=0;" value="" vertex="1">
          <mxGeometry height="30" width="310" y="60" as="geometry" />
        </mxCell>
        <mxCell id="rent_r2c1" parent="rent_r2" style="shape=partialRectangle;connectable=0;fillColor=none;top=0;left=0;bottom=0;right=1;fontStyle=1;overflow=hidden;fontSize=11;" value="FK" vertex="1">
          <mxGeometry height="30" width="40" as="geometry" />
        </mxCell>
        <mxCell id="rent_r2c2" parent="rent_r2" style="shape=partialRectangle;connectable=0;fillColor=none;top=0;left=0;bottom=0;right=0;overflow=hidden;fontSize=11;" value="property_id: BIGINT → properties" vertex="1">
          <mxGeometry height="30" width="270" x="40" as="geometry" />
        </mxCell>
        <mxCell id="rent_r3" parent="rentals" style="shape=tableRow;horizontal=0;startSize=0;swimlaneHead=0;swimlaneBody=0;fillColor=none;collapsible=0;dropTarget=0;points=[[0,0.5],[1,0.5]];portConstraint=eastwest;fontSize=12;top=0;left=0;right=0;bottom=0;" value="" vertex="1">
          <mxGeometry height="30" width="310" y="90" as="geometry" />
        </mxCell>
        <mxCell id="rent_r3c1" parent="rent_r3" style="shape=partialRectangle;connectable=0;fillColor=none;top=0;left=0;bottom=0;right=1;fontStyle=1;overflow=hidden;fontSize=11;" value="FK" vertex="1">
          <mxGeometry height="30" width="40" as="geometry" />
        </mxCell>
        <mxCell id="rent_r3c2" parent="rent_r3" style="shape=partialRectangle;connectable=0;fillColor=none;top=0;left=0;bottom=0;right=0;overflow=hidden;fontSize=11;" value="tenant_id: BIGINT → users" vertex="1">
          <mxGeometry height="30" width="270" x="40" as="geometry" />
        </mxCell>
        <mxCell id="rent_r4" parent="rentals" style="shape=tableRow;horizontal=0;startSize=0;swimlaneHead=0;swimlaneBody=0;fillColor=none;collapsible=0;dropTarget=0;points=[[0,0.5],[1,0.5]];portConstraint=eastwest;fontSize=12;top=0;left=0;right=0;bottom=0;" value="" vertex="1">
          <mxGeometry height="30" width="310" y="120" as="geometry" />
        </mxCell>
        <mxCell id="rent_r4c1" parent="rent_r4" style="shape=partialRectangle;connectable=0;fillColor=none;top=0;left=0;bottom=0;right=1;overflow=hidden;fontSize=11;" value="" vertex="1">
          <mxGeometry height="30" width="40" as="geometry" />
        </mxCell>
        <mxCell id="rent_r4c2" parent="rent_r4" style="shape=partialRectangle;connectable=0;fillColor=none;top=0;left=0;bottom=0;right=0;overflow=hidden;fontSize=11;" value="start_date: DATE" vertex="1">
          <mxGeometry height="30" width="270" x="40" as="geometry" />
        </mxCell>
        <mxCell id="rent_r5" parent="rentals" style="shape=tableRow;horizontal=0;startSize=0;swimlaneHead=0;swimlaneBody=0;fillColor=none;collapsible=0;dropTarget=0;points=[[0,0.5],[1,0.5]];portConstraint=eastwest;fontSize=12;top=0;left=0;right=0;bottom=0;" value="" vertex="1">
          <mxGeometry height="30" width="310" y="150" as="geometry" />
        </mxCell>
        <mxCell id="rent_r5c1" parent="rent_r5" style="shape=partialRectangle;connectable=0;fillColor=none;top=0;left=0;bottom=0;right=1;overflow=hidden;fontSize=11;" value="" vertex="1">
          <mxGeometry height="30" width="40" as="geometry" />
        </mxCell>
        <mxCell id="rent_r5c2" parent="rent_r5" style="shape=partialRectangle;connectable=0;fillColor=none;top=0;left=0;bottom=0;right=0;overflow=hidden;fontSize=11;" value="end_date: DATE (nullable)" vertex="1">
          <mxGeometry height="30" width="270" x="40" as="geometry" />
        </mxCell>
        <mxCell id="rent_r6" parent="rentals" style="shape=tableRow;horizontal=0;startSize=0;swimlaneHead=0;swimlaneBody=0;fillColor=none;collapsible=0;dropTarget=0;points=[[0,0.5],[1,0.5]];portConstraint=eastwest;fontSize=12;top=0;left=0;right=0;bottom=0;" value="" vertex="1">
          <mxGeometry height="30" width="310" y="180" as="geometry" />
        </mxCell>
        <mxCell id="rent_r6c1" parent="rent_r6" style="shape=partialRectangle;connectable=0;fillColor=none;top=0;left=0;bottom=0;right=1;overflow=hidden;fontSize=11;" value="" vertex="1">
          <mxGeometry height="30" width="40" as="geometry" />
        </mxCell>
        <mxCell id="rent_r6c2" parent="rent_r6" style="shape=partialRectangle;connectable=0;fillColor=none;top=0;left=0;bottom=0;right=0;overflow=hidden;fontSize=11;" value="status: VARCHAR(20) {active/completed/cancelled}" vertex="1">
          <mxGeometry height="30" width="270" x="40" as="geometry" />
        </mxCell>
        <mxCell id="messages" parent="1" style="shape=table;startSize=30;container=1;collapsible=0;childLayout=tableLayout;fixedRows=1;rowLines=1;fontStyle=1;align=center;resizeLast=1;fontSize=14;fillColor=#f8cecc;strokeColor=#b85450;" value="messages" vertex="1">
          <mxGeometry height="210" width="310" x="40" y="520" as="geometry" />
        </mxCell>
        <mxCell id="msg_r1" parent="messages" style="shape=tableRow;horizontal=0;startSize=0;swimlaneHead=0;swimlaneBody=0;fillColor=none;collapsible=0;dropTarget=0;points=[[0,0.5],[1,0.5]];portConstraint=eastwest;fontSize=12;top=0;left=0;right=0;bottom=1;" value="" vertex="1">
          <mxGeometry height="30" width="310" y="30" as="geometry" />
        </mxCell>
        <mxCell id="msg_r1c1" parent="msg_r1" style="shape=partialRectangle;connectable=0;fillColor=none;top=0;left=0;bottom=0;right=1;fontStyle=1;overflow=hidden;fontSize=11;" value="PK" vertex="1">
          <mxGeometry height="30" width="40" as="geometry" />
        </mxCell>
        <mxCell id="msg_r1c2" parent="msg_r1" style="shape=partialRectangle;connectable=0;fillColor=none;top=0;left=0;bottom=0;right=0;overflow=hidden;fontSize=11;fontStyle=4;" value="id: BIGSERIAL" vertex="1">
          <mxGeometry height="30" width="270" x="40" as="geometry" />
        </mxCell>
        <mxCell id="msg_r2" parent="messages" style="shape=tableRow;horizontal=0;startSize=0;swimlaneHead=0;swimlaneBody=0;fillColor=none;collapsible=0;dropTarget=0;points=[[0,0.5],[1,0.5]];portConstraint=eastwest;fontSize=12;top=0;left=0;right=0;bottom=0;" value="" vertex="1">
          <mxGeometry height="30" width="310" y="60" as="geometry" />
        </mxCell>
        <mxCell id="msg_r2c1" parent="msg_r2" style="shape=partialRectangle;connectable=0;fillColor=none;top=0;left=0;bottom=0;right=1;fontStyle=1;overflow=hidden;fontSize=11;" value="FK" vertex="1">
          <mxGeometry height="30" width="40" as="geometry" />
        </mxCell>
        <mxCell id="msg_r2c2" parent="msg_r2" style="shape=partialRectangle;connectable=0;fillColor=none;top=0;left=0;bottom=0;right=0;overflow=hidden;fontSize=11;" value="sender_id: BIGINT → users" vertex="1">
          <mxGeometry height="30" width="270" x="40" as="geometry" />
        </mxCell>
        <mxCell id="msg_r3" parent="messages" style="shape=tableRow;horizontal=0;startSize=0;swimlaneHead=0;swimlaneBody=0;fillColor=none;collapsible=0;dropTarget=0;points=[[0,0.5],[1,0.5]];portConstraint=eastwest;fontSize=12;top=0;left=0;right=0;bottom=0;" value="" vertex="1">
          <mxGeometry height="30" width="310" y="90" as="geometry" />
        </mxCell>
        <mxCell id="msg_r3c1" parent="msg_r3" style="shape=partialRectangle;connectable=0;fillColor=none;top=0;left=0;bottom=0;right=1;fontStyle=1;overflow=hidden;fontSize=11;" value="FK" vertex="1">
          <mxGeometry height="30" width="40" as="geometry" />
        </mxCell>
        <mxCell id="msg_r3c2" parent="msg_r3" style="shape=partialRectangle;connectable=0;fillColor=none;top=0;left=0;bottom=0;right=0;overflow=hidden;fontSize=11;" value="receiver_id: BIGINT → users" vertex="1">
          <mxGeometry height="30" width="270" x="40" as="geometry" />
        </mxCell>
        <mxCell id="msg_r4" parent="messages" style="shape=tableRow;horizontal=0;startSize=0;swimlaneHead=0;swimlaneBody=0;fillColor=none;collapsible=0;dropTarget=0;points=[[0,0.5],[1,0.5]];portConstraint=eastwest;fontSize=12;top=0;left=0;right=0;bottom=0;" value="" vertex="1">
          <mxGeometry height="30" width="310" y="120" as="geometry" />
        </mxCell>
        <mxCell id="msg_r4c1" parent="msg_r4" style="shape=partialRectangle;connectable=0;fillColor=none;top=0;left=0;bottom=0;right=1;fontStyle=1;overflow=hidden;fontSize=11;" value="FK" vertex="1">
          <mxGeometry height="30" width="40" as="geometry" />
        </mxCell>
        <mxCell id="msg_r4c2" parent="msg_r4" style="shape=partialRectangle;connectable=0;fillColor=none;top=0;left=0;bottom=0;right=0;overflow=hidden;fontSize=11;" value="rental_id: BIGINT → rentals" vertex="1">
          <mxGeometry height="30" width="270" x="40" as="geometry" />
        </mxCell>
        <mxCell id="msg_r5" parent="messages" style="shape=tableRow;horizontal=0;startSize=0;swimlaneHead=0;swimlaneBody=0;fillColor=none;collapsible=0;dropTarget=0;points=[[0,0.5],[1,0.5]];portConstraint=eastwest;fontSize=12;top=0;left=0;right=0;bottom=0;" value="" vertex="1">
          <mxGeometry height="30" width="310" y="150" as="geometry" />
        </mxCell>
        <mxCell id="msg_r5c1" parent="msg_r5" style="shape=partialRectangle;connectable=0;fillColor=none;top=0;left=0;bottom=0;right=1;overflow=hidden;fontSize=11;" value="" vertex="1">
          <mxGeometry height="30" width="40" as="geometry" />
        </mxCell>
        <mxCell id="msg_r5c2" parent="msg_r5" style="shape=partialRectangle;connectable=0;fillColor=none;top=0;left=0;bottom=0;right=0;overflow=hidden;fontSize=11;" value="body: TEXT" vertex="1">
          <mxGeometry height="30" width="270" x="40" as="geometry" />
        </mxCell>
        <mxCell id="msg_r6" parent="messages" style="shape=tableRow;horizontal=0;startSize=0;swimlaneHead=0;swimlaneBody=0;fillColor=none;collapsible=0;dropTarget=0;points=[[0,0.5],[1,0.5]];portConstraint=eastwest;fontSize=12;top=0;left=0;right=0;bottom=0;" value="" vertex="1">
          <mxGeometry height="30" width="310" y="180" as="geometry" />
        </mxCell>
        <mxCell id="msg_r6c1" parent="msg_r6" style="shape=partialRectangle;connectable=0;fillColor=none;top=0;left=0;bottom=0;right=1;overflow=hidden;fontSize=11;" value="" vertex="1">
          <mxGeometry height="30" width="40" as="geometry" />
        </mxCell>
        <mxCell id="msg_r6c2" parent="msg_r6" style="shape=partialRectangle;connectable=0;fillColor=none;top=0;left=0;bottom=0;right=0;overflow=hidden;fontSize=11;" value="created_at: TIMESTAMP" vertex="1">
          <mxGeometry height="30" width="270" x="40" as="geometry" />
        </mxCell>
        <mxCell id="rel1" edge="1" parent="1" source="users_r2" style="edgeStyle=orthogonalEdgeStyle;endArrow=ERmany;startArrow=ERmandOne;sourcePerimeterSpacing=0;targetPerimeterSpacing=0;fontStyle=0;fontSize=11;exitX=1;exitY=0.5;exitDx=0;exitDy=0;entryX=0;entryY=0.5;entryDx=0;entryDy=0;" target="props_r2">
          <mxGeometry relative="1" as="geometry">
            <Array as="points">
              <mxPoint x="360" y="155" />
              <mxPoint x="360" y="60" />
              <mxPoint x="770" y="60" />
              <mxPoint x="770" y="155" />
            </Array>
          </mxGeometry>
        </mxCell>
        <mxCell id="rel2" edge="1" parent="1" source="ptypes_r1" style="edgeStyle=orthogonalEdgeStyle;endArrow=ERmany;startArrow=ERmandOne;sourcePerimeterSpacing=0;targetPerimeterSpacing=0;fontStyle=0;fontSize=11;exitX=1;exitY=0.5;exitDx=0;exitDy=0;entryX=0;entryY=0.5;entryDx=0;entryDy=0;" target="props_r3">
          <mxGeometry relative="1" as="geometry" />
        </mxCell>
        <mxCell id="rel3" edge="1" parent="1" source="loc_r1" style="edgeStyle=orthogonalEdgeStyle;endArrow=ERmany;startArrow=ERmandOne;sourcePerimeterSpacing=0;targetPerimeterSpacing=0;fontStyle=0;fontSize=11;exitX=1;exitY=0.5;exitDx=0;exitDy=0;entryX=0;entryY=0.5;entryDx=0;entryDy=0;" target="props_r4">
          <mxGeometry relative="1" as="geometry" />
        </mxCell>
        <mxCell id="rel4" edge="1" parent="1" source="props_r1" style="edgeStyle=orthogonalEdgeStyle;endArrow=ERmany;startArrow=ERmandOne;sourcePerimeterSpacing=0;targetPerimeterSpacing=0;fontStyle=0;fontSize=11;exitX=1;exitY=0.5;exitDx=0;exitDy=0;entryX=0;entryY=0.5;entryDx=0;entryDy=0;" target="photos_r2">
          <mxGeometry relative="1" as="geometry" />
        </mxCell>
        <mxCell id="rel5" edge="1" parent="1" source="props" style="edgeStyle=orthogonalEdgeStyle;endArrow=ERmany;startArrow=ERmandOne;sourcePerimeterSpacing=0;targetPerimeterSpacing=0;fontStyle=0;fontSize=11;exitX=0.5;exitY=1;exitDx=0;exitDy=0;entryX=0.5;entryY=0;entryDx=0;entryDy=0;" target="rentals">
          <mxGeometry relative="1" as="geometry" />
        </mxCell>
        <mxCell id="rel6" edge="1" parent="1" source="users" style="edgeStyle=orthogonalEdgeStyle;endArrow=ERmany;startArrow=ERmandOne;sourcePerimeterSpacing=0;targetPerimeterSpacing=0;fontStyle=0;fontSize=11;exitX=0.5;exitY=1;exitDx=0;exitDy=0;entryX=0;entryY=0.5;entryDx=0;entryDy=0;" target="rent_r3">
          <mxGeometry relative="1" as="geometry">
            <Array as="points">
              <mxPoint x="180" y="390" />
              <mxPoint x="400" y="390" />
              <mxPoint x="400" y="625" />
            </Array>
          </mxGeometry>
        </mxCell>
        <mxCell id="rel7" edge="1" parent="1" source="rent_r2" style="edgeStyle=orthogonalEdgeStyle;endArrow=ERmany;startArrow=ERmandOne;sourcePerimeterSpacing=0;targetPerimeterSpacing=0;fontStyle=0;fontSize=11;exitX=0;exitY=0.5;exitDx=0;exitDy=0;entryX=1;entryY=0.5;entryDx=0;entryDy=0;" target="msg_r4">
          <mxGeometry relative="1" as="geometry" />
        </mxCell>
+         <mxCell id="rel9" edge="1" parent="1" source="props_r1" style="edgeStyle=orthogonalEdgeStyle;endArrow=ERmany;startArrow=ERmandOne;sourcePerimeterSpacing=0;targetPerimeterSpacing=0;fontStyle=0;fontSize=11;exitX=1;exitY=0.5;exitDx=0;exitDy=0;entryX=0;entryY=0.5;entryDx=0;entryDy=0;" target="pamen_r1">
+           <mxGeometry relative="1" as="geometry" />
+         </mxCell>
+         <mxCell id="rel10" edge="1" parent="1" source="amen_r1" style="edgeStyle=orthogonalEdgeStyle;endArrow=ERmany;startArrow=ERmandOne;sourcePerimeterSpacing=0;targetPerimeterSpacing=0;fontStyle=0;fontSize=11;exitX=-0.01;exitY=0.453;exitDx=0;exitDy=0;exitPerimeter=0;" target="pamen_r1">
+           <mxGeometry relative="1" as="geometry" />
+         </mxCell>
        <mxCell id="rel8" edge="1" parent="1" source="users_r4" style="edgeStyle=orthogonalEdgeStyle;endArrow=ERmany;startArrow=ERmandOne;sourcePerimeterSpacing=0;targetPerimeterSpacing=0;fontStyle=0;fontSize=11;exitX=0;exitY=0.5;exitDx=0;exitDy=0;entryX=0;entryY=0.5;entryDx=0;entryDy=0;" target="msg_r2">
          <mxGeometry relative="1" as="geometry">
            <Array as="points">
              <mxPoint x="20" y="215" />
              <mxPoint x="20" y="595" />
            </Array>
          </mxGeometry>
        </mxCell>
      </root>
    </mxGraphModel>
  </diagram>
</mxfile>
